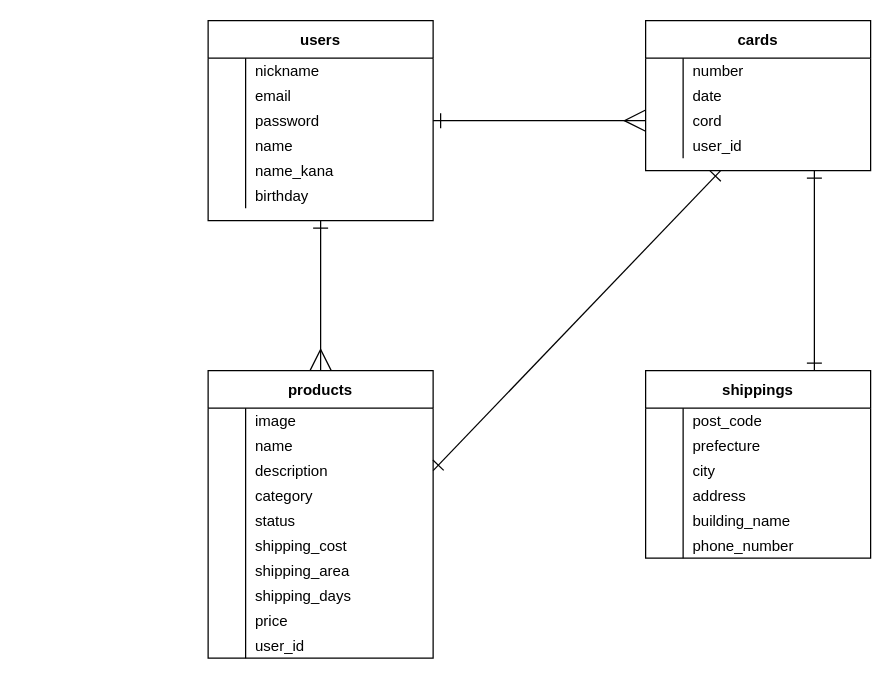
yuipeee/furima-35233 keeps this draw.io diagram as ER図.dio. Above is the earlier version. Source tidied: cells renumbered, new cells numbered last; positions are measured from the earlier drawing's top-left corner, leaving out a move shared by most shapes. Both pictures are drawn from the tidied source at 125%, with x=0, y=0 at pixel (208, 20).
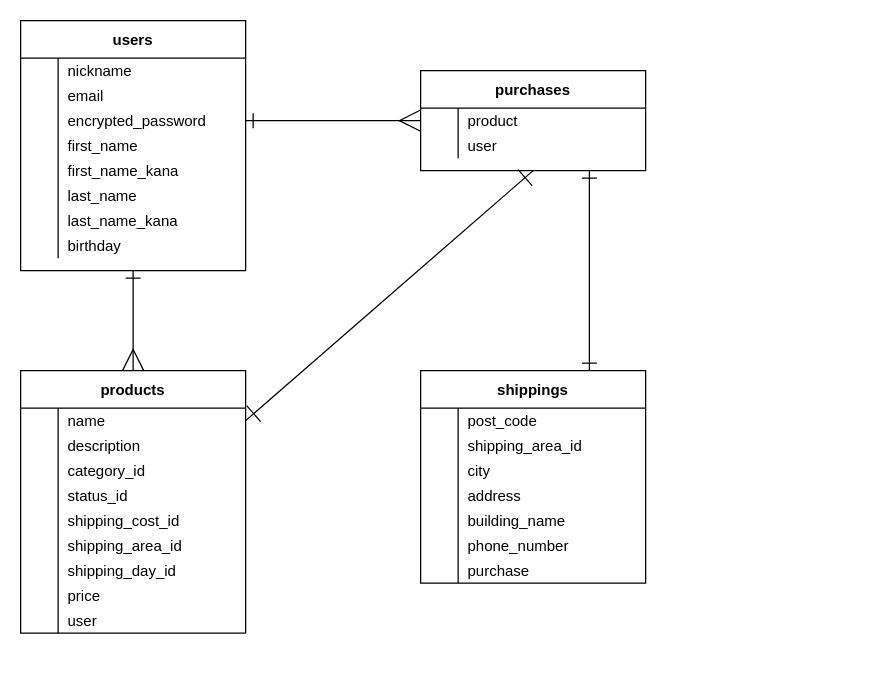
The same page after the edit.

Unchanged cells that the change refers to:
```xml
<mxCell id="10" style="shape=partialRectangle;fillColor=none;top=0;left=0;bottom=0;right=0;points=[[0,0.5],[1,0.5]];portConstraint=eastwest;" parent="3" vertex="1">
  <mxGeometry y="70" width="180" height="20" as="geometry" />
</mxCell>
<mxCell id="13" style="shape=partialRectangle;fillColor=none;top=0;left=0;bottom=0;right=0;" parent="3" vertex="1">
  <mxGeometry y="90" width="180" height="20" as="geometry" />
</mxCell>
<mxCell id="16" style="shape=partialRectangle;fillColor=none;top=0;left=0;bottom=0;right=0;" parent="3" vertex="1">
  <mxGeometry y="110" width="180" height="20" as="geometry" />
</mxCell>
<mxCell id="19" style="shape=partialRectangle;fillColor=none;top=0;left=0;bottom=0;right=0;" parent="3" vertex="1">
  <mxGeometry y="130" width="180" height="20" as="geometry" />
</mxCell>
<mxCell id="71" style="shape=partialRectangle;fillColor=none;top=0;left=0;bottom=0;right=0;" parent="67" vertex="1">
  <mxGeometry y="50" width="180" height="20" as="geometry" />
</mxCell>
```

The edit, as a diff of the source:
```diff
@@
     <mxCell id="3" value="users" style="shape=table;startSize=30;childLayout=tableLayout;rowLines=0;fontStyle=1;align=center;" parent="1" vertex="1">
-      <mxGeometry width="180" height="160" as="geometry" />
+      <mxGeometry x="-150" width="180" height="200" as="geometry" />
     </mxCell>
@@
-    <mxCell id="12" value="password" style="shape=partialRectangle;fillColor=none;top=0;left=0;bottom=0;right=0;align=left;spacingLeft=6;overflow=hidden;" parent="10" vertex="1">
+    <mxCell id="12" value="encrypted_password" style="shape=partialRectangle;fillColor=none;top=0;left=0;bottom=0;right=0;align=left;spacingLeft=6;overflow=hidden;" parent="10" vertex="1">
       <mxGeometry x="30" width="150" height="20" as="geometry" />
     </mxCell>
@@
-    <mxCell id="15" value="name" style="shape=partialRectangle;fillColor=none;top=0;left=0;bottom=0;right=0;align=left;spacingLeft=6;overflow=hidden;" parent="13" vertex="1">
+    <mxCell id="15" value=" first_name" style="shape=partialRectangle;fillColor=none;top=0;left=0;bottom=0;right=0;align=left;spacingLeft=6;overflow=hidden;" parent="13" vertex="1">
       <mxGeometry x="30" width="150" height="20" as="geometry" />
     </mxCell>
@@
-    <mxCell id="18" value="name_kana" style="shape=partialRectangle;fillColor=none;top=0;left=0;bottom=0;right=0;align=left;spacingLeft=6;overflow=hidden;" parent="16" vertex="1">
+    <mxCell id="18" value="first_name_kana" style="shape=partialRectangle;fillColor=none;top=0;left=0;bottom=0;right=0;align=left;spacingLeft=6;overflow=hidden;" parent="16" vertex="1">
       <mxGeometry x="30" width="150" height="20" as="geometry" />
     </mxCell>
@@
-    <mxCell id="21" value="birthday" style="shape=partialRectangle;fillColor=none;top=0;left=0;bottom=0;right=0;align=left;spacingLeft=6;overflow=hidden;" parent="19" vertex="1">
+    <mxCell id="21" value="last_name" style="shape=partialRectangle;fillColor=none;top=0;left=0;bottom=0;right=0;align=left;spacingLeft=6;overflow=hidden;" parent="19" vertex="1">
       <mxGeometry x="30" width="150" height="20" as="geometry" />
     </mxCell>
+    <mxCell id="88" style="shape=partialRectangle;fillColor=none;top=0;left=0;bottom=0;right=0;" parent="3" vertex="1">
+      <mxGeometry y="150" width="180" height="20" as="geometry" />
+    </mxCell>
+    <mxCell id="89" style="shape=partialRectangle;fillColor=none;top=0;left=0;bottom=0;right=0;overflow=hidden;" parent="88" vertex="1">
+      <mxGeometry width="30" height="20" as="geometry" />
+    </mxCell>
+    <mxCell id="90" value="last_name_kana" style="shape=partialRectangle;fillColor=none;top=0;left=0;bottom=0;right=0;align=left;spacingLeft=6;overflow=hidden;" parent="88" vertex="1">
+      <mxGeometry x="30" width="150" height="20" as="geometry" />
+    </mxCell>
+    <mxCell id="91" style="shape=partialRectangle;fillColor=none;top=0;left=0;bottom=0;right=0;" parent="3" vertex="1">
+      <mxGeometry y="170" width="180" height="20" as="geometry" />
+    </mxCell>
+    <mxCell id="92" style="shape=partialRectangle;fillColor=none;top=0;left=0;bottom=0;right=0;overflow=hidden;" parent="91" vertex="1">
+      <mxGeometry width="30" height="20" as="geometry" />
+    </mxCell>
+    <mxCell id="93" value=" birthday" style="shape=partialRectangle;fillColor=none;top=0;left=0;bottom=0;right=0;align=left;spacingLeft=6;overflow=hidden;" parent="91" vertex="1">
+      <mxGeometry x="30" width="150" height="20" as="geometry" />
+    </mxCell>
     <mxCell id="22" value="products" style="shape=table;startSize=30;childLayout=tableLayout;rowLines=0;fontStyle=1;align=center;" parent="1" vertex="1">
-      <mxGeometry y="280" width="180" height="230" as="geometry" />
+      <mxGeometry x="-150" y="280" width="180" height="210" as="geometry" />
     </mxCell>
-    <mxCell id="23" style="shape=partialRectangle;fillColor=none;top=0;left=0;bottom=0;right=0;" parent="22" vertex="1">
-      <mxGeometry y="30" width="180" height="20" as="geometry" />
-    </mxCell>
-    <mxCell id="24" style="shape=partialRectangle;fillColor=none;top=0;left=0;bottom=0;right=0;overflow=hidden;" parent="23" vertex="1">
-      <mxGeometry width="30" height="20" as="geometry" />
-    </mxCell>
-    <mxCell id="25" value="image" style="shape=partialRectangle;fillColor=none;top=0;left=0;bottom=0;right=0;align=left;spacingLeft=6;overflow=hidden;" parent="23" vertex="1">
-      <mxGeometry x="30" width="150" height="20" as="geometry" />
-    </mxCell>
     <mxCell id="26" style="shape=partialRectangle;fillColor=none;top=0;left=0;bottom=0;right=0;points=[[0,0.5],[1,0.5]];portConstraint=eastwest;" parent="22" vertex="1">
-      <mxGeometry y="50" width="180" height="20" as="geometry" />
+      <mxGeometry y="30" width="180" height="20" as="geometry" />
     </mxCell>
@@
     <mxCell id="29" style="shape=partialRectangle;fillColor=none;top=0;left=0;bottom=0;right=0;points=[[0,0.5],[1,0.5]];portConstraint=eastwest;" parent="22" vertex="1">
-      <mxGeometry y="70" width="180" height="20" as="geometry" />
+      <mxGeometry y="50" width="180" height="20" as="geometry" />
     </mxCell>
@@
     <mxCell id="32" style="shape=partialRectangle;fillColor=none;top=0;left=0;bottom=0;right=0;" parent="22" vertex="1">
-      <mxGeometry y="90" width="180" height="20" as="geometry" />
+      <mxGeometry y="70" width="180" height="20" as="geometry" />
     </mxCell>
@@
-    <mxCell id="34" value="category" style="shape=partialRectangle;fillColor=none;top=0;left=0;bottom=0;right=0;align=left;spacingLeft=6;overflow=hidden;" parent="32" vertex="1">
+    <mxCell id="34" value="category_id" style="shape=partialRectangle;fillColor=none;top=0;left=0;bottom=0;right=0;align=left;spacingLeft=6;overflow=hidden;" parent="32" vertex="1">
       <mxGeometry x="30" width="150" height="20" as="geometry" />
     </mxCell>
     <mxCell id="35" style="shape=partialRectangle;fillColor=none;top=0;left=0;bottom=0;right=0;" parent="22" vertex="1">
-      <mxGeometry y="110" width="180" height="20" as="geometry" />
+      <mxGeometry y="90" width="180" height="20" as="geometry" />
     </mxCell>
@@
-    <mxCell id="37" value="status" style="shape=partialRectangle;fillColor=none;top=0;left=0;bottom=0;right=0;align=left;spacingLeft=6;overflow=hidden;" parent="35" vertex="1">
+    <mxCell id="37" value="status_id" style="shape=partialRectangle;fillColor=none;top=0;left=0;bottom=0;right=0;align=left;spacingLeft=6;overflow=hidden;" parent="35" vertex="1">
       <mxGeometry x="30" width="150" height="20" as="geometry" />
     </mxCell>
     <mxCell id="38" style="shape=partialRectangle;fillColor=none;top=0;left=0;bottom=0;right=0;" parent="22" vertex="1">
-      <mxGeometry y="130" width="180" height="20" as="geometry" />
+      <mxGeometry y="110" width="180" height="20" as="geometry" />
     </mxCell>
@@
-    <mxCell id="40" value="shipping_cost" style="shape=partialRectangle;fillColor=none;top=0;left=0;bottom=0;right=0;align=left;spacingLeft=6;overflow=hidden;" parent="38" vertex="1">
+    <mxCell id="40" value="shipping_cost_id" style="shape=partialRectangle;fillColor=none;top=0;left=0;bottom=0;right=0;align=left;spacingLeft=6;overflow=hidden;" parent="38" vertex="1">
       <mxGeometry x="30" width="150" height="20" as="geometry" />
     </mxCell>
     <mxCell id="41" style="shape=partialRectangle;fillColor=none;top=0;left=0;bottom=0;right=0;" parent="22" vertex="1">
-      <mxGeometry y="150" width="180" height="20" as="geometry" />
+      <mxGeometry y="130" width="180" height="20" as="geometry" />
     </mxCell>
@@
-    <mxCell id="43" value="shipping_area" style="shape=partialRectangle;fillColor=none;top=0;left=0;bottom=0;right=0;align=left;spacingLeft=6;overflow=hidden;" parent="41" vertex="1">
+    <mxCell id="43" value="shipping_area_id" style="shape=partialRectangle;fillColor=none;top=0;left=0;bottom=0;right=0;align=left;spacingLeft=6;overflow=hidden;" parent="41" vertex="1">
       <mxGeometry x="30" width="150" height="20" as="geometry" />
     </mxCell>
     <mxCell id="44" style="shape=partialRectangle;fillColor=none;top=0;left=0;bottom=0;right=0;" parent="22" vertex="1">
-      <mxGeometry y="170" width="180" height="20" as="geometry" />
+      <mxGeometry y="150" width="180" height="20" as="geometry" />
     </mxCell>
@@
-    <mxCell id="46" value="shipping_days" style="shape=partialRectangle;fillColor=none;top=0;left=0;bottom=0;right=0;align=left;spacingLeft=6;overflow=hidden;" parent="44" vertex="1">
+    <mxCell id="46" value="shipping_day_id" style="shape=partialRectangle;fillColor=none;top=0;left=0;bottom=0;right=0;align=left;spacingLeft=6;overflow=hidden;" parent="44" vertex="1">
       <mxGeometry x="30" width="150" height="20" as="geometry" />
     </mxCell>
     <mxCell id="47" style="shape=partialRectangle;fillColor=none;top=0;left=0;bottom=0;right=0;" parent="22" vertex="1">
-      <mxGeometry y="190" width="180" height="20" as="geometry" />
+      <mxGeometry y="170" width="180" height="20" as="geometry" />
     </mxCell>
@@
     <mxCell id="50" style="shape=partialRectangle;fillColor=none;top=0;left=0;bottom=0;right=0;" parent="22" vertex="1">
-      <mxGeometry y="210" width="180" height="20" as="geometry" />
+      <mxGeometry y="190" width="180" height="20" as="geometry" />
     </mxCell>
@@
-    <mxCell id="52" value="user_id" style="shape=partialRectangle;fillColor=none;top=0;left=0;bottom=0;right=0;align=left;spacingLeft=6;overflow=hidden;" parent="50" vertex="1">
+    <mxCell id="52" value="user" style="shape=partialRectangle;fillColor=none;top=0;left=0;bottom=0;right=0;align=left;spacingLeft=6;overflow=hidden;" parent="50" vertex="1">
       <mxGeometry x="30" width="150" height="20" as="geometry" />
     </mxCell>
@@
+    <mxCell id="94" style="edgeStyle=none;rounded=0;jettySize=auto;html=1;exitX=0.5;exitY=1;exitDx=0;exitDy=0;entryX=1;entryY=0.5;entryDx=0;entryDy=0;startArrow=ERone;startFill=0;endSize=15;startSize=15;endArrow=ERone;endFill=0;targetPerimeterSpacing=0;" parent="1" edge="1" source="54" target="26">
+      <mxGeometry relative="1" as="geometry" />
+    </mxCell>
-    <mxCell id="54" value="cards" style="shape=table;startSize=30;childLayout=tableLayout;rowLines=0;fontStyle=1;align=center;" parent="1" vertex="1">
-      <mxGeometry x="350" width="180" height="120" as="geometry" />
+    <mxCell id="54" value="purchases" style="shape=table;startSize=30;childLayout=tableLayout;rowLines=0;fontStyle=1;align=center;" parent="1" vertex="1">
+      <mxGeometry x="170" y="40" width="180" height="80" as="geometry" />
     </mxCell>
-    <mxCell id="55" style="shape=partialRectangle;fillColor=none;top=0;left=0;bottom=0;right=0;" parent="54" vertex="1">
-      <mxGeometry y="30" width="180" height="20" as="geometry" />
-    </mxCell>
-    <mxCell id="56" style="shape=partialRectangle;fillColor=none;top=0;left=0;bottom=0;right=0;overflow=hidden;" parent="55" vertex="1">
-      <mxGeometry width="30" height="20" as="geometry" />
-    </mxCell>
-    <mxCell id="57" value="number" style="shape=partialRectangle;fillColor=none;top=0;left=0;bottom=0;right=0;align=left;spacingLeft=6;overflow=hidden;" parent="55" vertex="1">
-      <mxGeometry x="30" width="150" height="20" as="geometry" />
-    </mxCell>
-    <mxCell id="58" style="shape=partialRectangle;fillColor=none;top=0;left=0;bottom=0;right=0;" parent="54" vertex="1">
-      <mxGeometry y="50" width="180" height="20" as="geometry" />
-    </mxCell>
-    <mxCell id="59" style="shape=partialRectangle;fillColor=none;top=0;left=0;bottom=0;right=0;overflow=hidden;" parent="58" vertex="1">
-      <mxGeometry width="30" height="20" as="geometry" />
-    </mxCell>
-    <mxCell id="60" value="date" style="shape=partialRectangle;fillColor=none;top=0;left=0;bottom=0;right=0;align=left;spacingLeft=6;overflow=hidden;" parent="58" vertex="1">
-      <mxGeometry x="30" width="150" height="20" as="geometry" />
-    </mxCell>
     <mxCell id="61" style="shape=partialRectangle;fillColor=none;top=0;left=0;bottom=0;right=0;points=[[0,0.5],[1,0.5]];portConstraint=eastwest;" parent="54" vertex="1">
-      <mxGeometry y="70" width="180" height="20" as="geometry" />
+      <mxGeometry y="30" width="180" height="20" as="geometry" />
     </mxCell>
@@
-    <mxCell id="63" value="cord" style="shape=partialRectangle;fillColor=none;top=0;left=0;bottom=0;right=0;align=left;spacingLeft=6;overflow=hidden;" parent="61" vertex="1">
+    <mxCell id="63" value="product" style="shape=partialRectangle;fillColor=none;top=0;left=0;bottom=0;right=0;align=left;spacingLeft=6;overflow=hidden;" parent="61" vertex="1">
       <mxGeometry x="30" width="150" height="20" as="geometry" />
     </mxCell>
     <mxCell id="64" style="shape=partialRectangle;fillColor=none;top=0;left=0;bottom=0;right=0;" parent="54" vertex="1">
-      <mxGeometry y="90" width="180" height="20" as="geometry" />
+      <mxGeometry y="50" width="180" height="20" as="geometry" />
     </mxCell>
@@
-    <mxCell id="66" value="user_id" style="shape=partialRectangle;fillColor=none;top=0;left=0;bottom=0;right=0;align=left;spacingLeft=6;overflow=hidden;" parent="64" vertex="1">
+    <mxCell id="66" value="user" style="shape=partialRectangle;fillColor=none;top=0;left=0;bottom=0;right=0;align=left;spacingLeft=6;overflow=hidden;" parent="64" vertex="1">
       <mxGeometry x="30" width="150" height="20" as="geometry" />
     </mxCell>
     <mxCell id="67" value="shippings" style="shape=table;startSize=30;childLayout=tableLayout;rowLines=0;fontStyle=1;align=center;" parent="1" vertex="1">
-      <mxGeometry x="350" y="280" width="180" height="150" as="geometry" />
+      <mxGeometry x="170" y="280" width="180" height="170" as="geometry" />
     </mxCell>
@@
-    <mxCell id="73" value="prefecture" style="shape=partialRectangle;fillColor=none;top=0;left=0;bottom=0;right=0;align=left;spacingLeft=6;overflow=hidden;" parent="71" vertex="1">
+    <mxCell id="73" value="shipping_area_id" style="shape=partialRectangle;fillColor=none;top=0;left=0;bottom=0;right=0;align=left;spacingLeft=6;overflow=hidden;" parent="71" vertex="1">
       <mxGeometry x="30" width="150" height="20" as="geometry" />
     </mxCell>
@@
+    <mxCell id="95" style="shape=partialRectangle;fillColor=none;top=0;left=0;bottom=0;right=0;" parent="67" vertex="1">
+      <mxGeometry y="150" width="180" height="20" as="geometry" />
+    </mxCell>
+    <mxCell id="96" style="shape=partialRectangle;fillColor=none;top=0;left=0;bottom=0;right=0;overflow=hidden;" parent="95" vertex="1">
+      <mxGeometry width="30" height="20" as="geometry" />
+    </mxCell>
+    <mxCell id="97" value="purchase" style="shape=partialRectangle;fillColor=none;top=0;left=0;bottom=0;right=0;align=left;spacingLeft=6;overflow=hidden;" parent="95" vertex="1">
+      <mxGeometry x="30" width="150" height="20" as="geometry" />
+    </mxCell>
@@
-    <mxCell id="87" style="edgeStyle=none;rounded=0;jettySize=auto;html=1;exitX=1;exitY=0.5;exitDx=0;exitDy=0;startArrow=ERone;startFill=0;startSize=10;sourcePerimeterSpacing=0;endArrow=ERone;endFill=0;endSize=10;targetPerimeterSpacing=0;strokeWidth=1;" parent="1" edge="1" source="29">
-      <mxGeometry relative="1" as="geometry">
-        <mxPoint x="410" y="120" as="targetPoint" />
-      </mxGeometry>
-    </mxCell>
```
